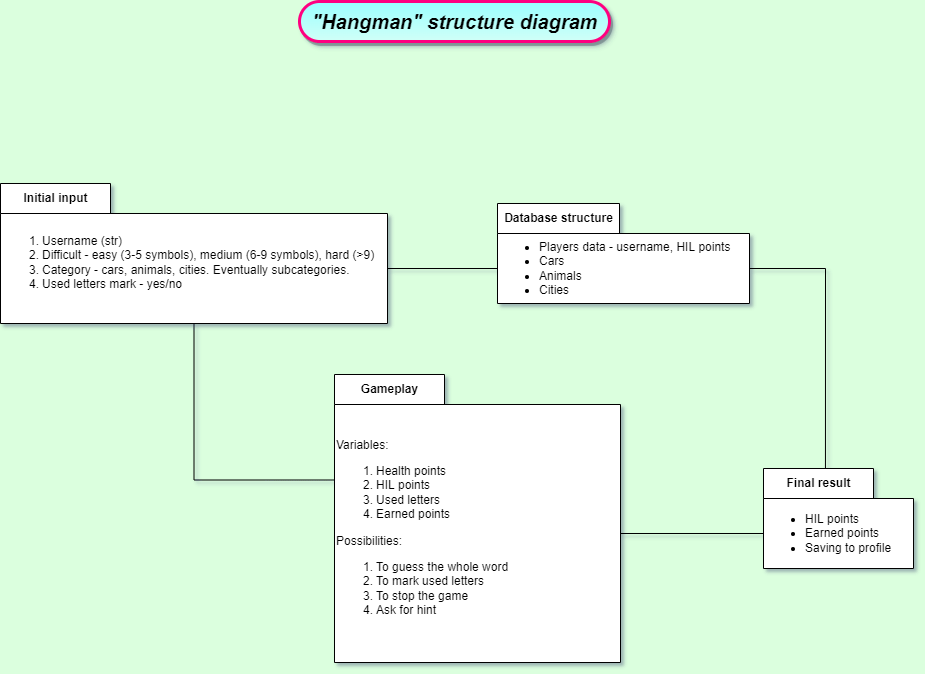
Above: hangman/images/hangman_structure_diagram.png in jordrag/Exercises (draw.io), before the change. Source tidied: cells renumbered, new cells last; positions are measured from the earlier drawing's top-left corner, leaving out a move shared by most shapes. Source of this version:
```xml
<mxGraphModel background="#DBFFDE" shadow="1">
  <root>
    <mxCell id="0" />
    <mxCell id="1" parent="0" />
    <mxCell id="2" style="edgeStyle=orthogonalEdgeStyle;rounded=0;jettySize=auto;html=1;exitX=0;exitY=0;exitDx=252;exitDy=65;exitPerimeter=0;entryX=0.413;entryY=0.01;entryDx=0;entryDy=0;entryPerimeter=0;startArrow=none;startFill=0;endArrow=none;endFill=0;" parent="1" edge="1" source="3" target="12">
      <mxGeometry relative="1" as="geometry" />
    </mxCell>
    <mxCell id="3" value="Database structure" style="shape=folder;fontStyle=1;tabWidth=122;tabHeight=30;tabPosition=left;html=1;boundedLbl=1;labelInHeader=1;" parent="1" vertex="1">
      <mxGeometry x="497" y="202" width="252" height="100" as="geometry" />
    </mxCell>
    <mxCell id="4" value="&lt;ul&gt;&lt;li&gt;Players data - username, HIL points&lt;/li&gt;&lt;li&gt;Cars&lt;/li&gt;&lt;li&gt;Animals&lt;/li&gt;&lt;li&gt;Cities&lt;/li&gt;&lt;/ul&gt;" style="html=1;strokeColor=none;fillColor=none;align=left;" parent="3" vertex="1">
      <mxGeometry width="252" height="70" relative="1" as="geometry">
        <mxPoint y="30" as="offset" />
      </mxGeometry>
    </mxCell>
    <mxCell id="5" style="edgeStyle=orthogonalEdgeStyle;rounded=0;jettySize=auto;html=1;exitX=0;exitY=0;exitDx=230;exitDy=85;exitPerimeter=0;entryX=0;entryY=0;entryDx=0;entryDy=65;entryPerimeter=0;endArrow=none;endFill=0;" parent="1" edge="1" source="7" target="3">
      <mxGeometry relative="1" as="geometry" />
    </mxCell>
    <mxCell id="6" style="edgeStyle=orthogonalEdgeStyle;rounded=0;jettySize=auto;html=1;exitX=0.5;exitY=1;exitDx=0;exitDy=0;exitPerimeter=0;entryX=0;entryY=0;entryDx=0;entryDy=105.5;entryPerimeter=0;startArrow=none;startFill=0;endArrow=none;endFill=0;" parent="1" edge="1" source="7" target="9">
      <mxGeometry relative="1" as="geometry" />
    </mxCell>
    <mxCell id="7" value="Initial input" style="shape=folder;fontStyle=1;tabWidth=110;tabHeight=30;tabPosition=left;html=1;boundedLbl=1;labelInHeader=1;" parent="1" vertex="1">
      <mxGeometry y="182" width="387" height="140" as="geometry" />
    </mxCell>
    <mxCell id="8" value="&lt;ol&gt;&lt;li&gt;Username (str)&lt;/li&gt;&lt;li&gt;Difficult - easy (3-5 symbols), medium (6-9 symbols), hard (&amp;gt;9)&lt;/li&gt;&lt;li&gt;Category - cars, animals, cities. Eventually subcategories.&lt;/li&gt;&lt;li&gt;Used letters mark - yes/no&lt;/li&gt;&lt;/ol&gt;" style="html=1;strokeColor=none;fillColor=none;align=left;" parent="7" vertex="1">
      <mxGeometry width="387" height="98" relative="1" as="geometry">
        <mxPoint y="30" as="offset" />
      </mxGeometry>
    </mxCell>
    <mxCell id="9" value="Gameplay" style="shape=folder;fontStyle=1;tabWidth=110;tabHeight=30;tabPosition=left;html=1;boundedLbl=1;labelInHeader=1;" parent="1" vertex="1">
      <mxGeometry x="334" y="373" width="286" height="288" as="geometry" />
    </mxCell>
    <mxCell id="10" value="&lt;div&gt;Variables:&lt;/div&gt;&lt;ol&gt;&lt;li&gt;Health points&lt;/li&gt;&lt;li&gt;HIL points&lt;/li&gt;&lt;li&gt;Used letters&lt;/li&gt;&lt;li&gt;Earned points&lt;/li&gt;&lt;/ol&gt;&lt;div&gt;Possibilities:&lt;/div&gt;&lt;div&gt;&lt;ol&gt;&lt;li&gt;To guess the whole word&lt;/li&gt;&lt;li&gt;To mark used letters&lt;/li&gt;&lt;li&gt;To stop the game&lt;/li&gt;&lt;li&gt;Ask for hint&lt;/li&gt;&lt;/ol&gt;&lt;/div&gt;" style="html=1;strokeColor=none;fillColor=none;align=left;" parent="9" vertex="1">
      <mxGeometry width="286" height="257" relative="1" as="geometry">
        <mxPoint y="30" as="offset" />
      </mxGeometry>
    </mxCell>
    <mxCell id="11" style="edgeStyle=orthogonalEdgeStyle;rounded=0;jettySize=auto;html=1;exitX=0;exitY=0;exitDx=0;exitDy=65;exitPerimeter=0;startArrow=none;startFill=0;endArrow=none;endFill=0;entryX=0;entryY=0;entryDx=286;entryDy=159;entryPerimeter=0;" parent="1" edge="1" source="12" target="9">
      <mxGeometry relative="1" as="geometry" />
    </mxCell>
    <mxCell id="12" value="Final result" style="shape=folder;fontStyle=1;tabWidth=110;tabHeight=30;tabPosition=left;html=1;boundedLbl=1;labelInHeader=1;" parent="1" vertex="1">
      <mxGeometry x="763" y="467" width="150" height="100" as="geometry" />
    </mxCell>
    <mxCell id="13" value="&lt;ul&gt;&lt;li&gt;HIL points&lt;/li&gt;&lt;li&gt;&lt;span style=&quot;background-color: initial;&quot;&gt;Earned points&lt;/span&gt;&lt;br&gt;&lt;/li&gt;&lt;li&gt;&lt;span style=&quot;background-color: initial;&quot;&gt;Saving to profile&lt;/span&gt;&lt;/li&gt;&lt;/ul&gt;" style="html=1;strokeColor=none;fillColor=none;align=left;" parent="12" vertex="1">
      <mxGeometry width="150" height="70" relative="1" as="geometry">
        <mxPoint y="30" as="offset" />
      </mxGeometry>
    </mxCell>
    <mxCell id="14" value="&lt;font style=&quot;font-size: 20px;&quot;&gt;&lt;b&gt;&lt;i&gt;&quot;Hangman&quot; structure diagram&lt;/i&gt;&lt;/b&gt;&lt;/font&gt;" style="text;html=1;align=center;verticalAlign=middle;fillColor=#99FFFF;strokeColor=#FF0080;rounded=1;strokeWidth=3;gradientColor=#D1FFF7;shadow=1;glass=0;sketch=0;perimeterSpacing=10;arcSize=50;" parent="1" vertex="1">
      <mxGeometry x="299" width="310" height="40" as="geometry" />
    </mxCell>
  </root>
</mxGraphModel>
```
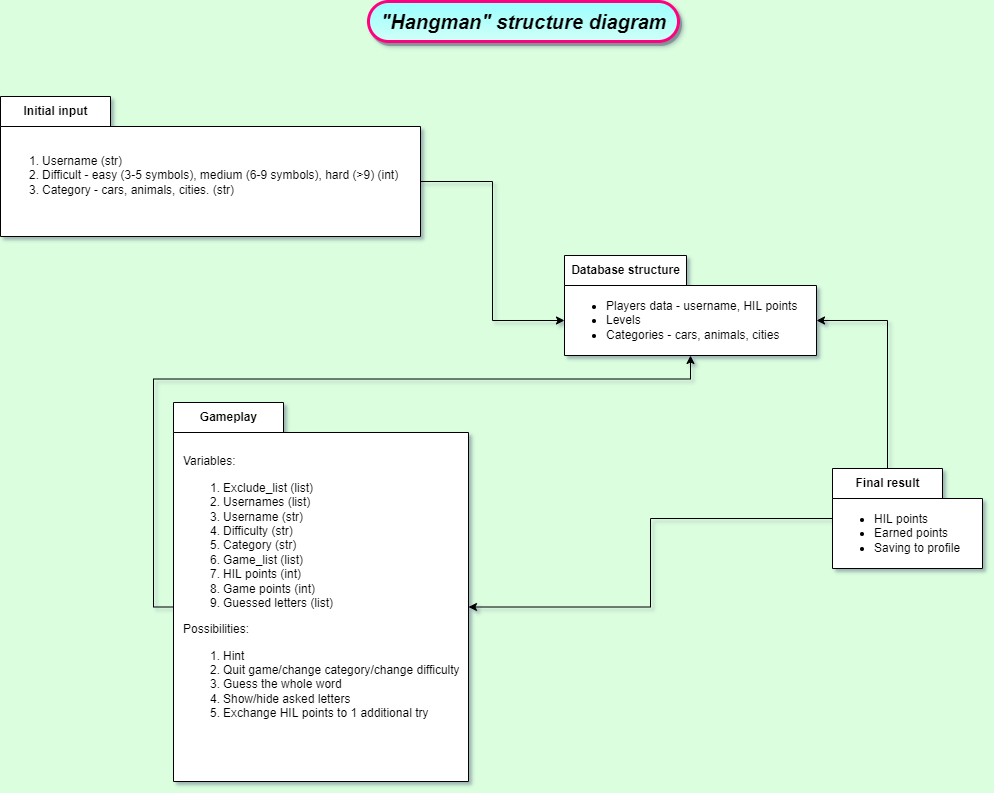
After the change.

What changed in the source:
```diff
@@ -2,42 +2,42 @@
   <root>
     <mxCell id="0" />
     <mxCell id="1" parent="0" />
-    <mxCell id="2" style="edgeStyle=orthogonalEdgeStyle;rounded=0;jettySize=auto;html=1;exitX=0;exitY=0;exitDx=252;exitDy=65;exitPerimeter=0;entryX=0.413;entryY=0.01;entryDx=0;entryDy=0;entryPerimeter=0;startArrow=none;startFill=0;endArrow=none;endFill=0;" parent="1" edge="1" source="3" target="12">
-      <mxGeometry relative="1" as="geometry" />
-    </mxCell>
     <mxCell id="3" value="Database structure" style="shape=folder;fontStyle=1;tabWidth=122;tabHeight=30;tabPosition=left;html=1;boundedLbl=1;labelInHeader=1;" parent="1" vertex="1">
-      <mxGeometry x="497" y="202" width="252" height="100" as="geometry" />
+      <mxGeometry x="495" y="254" width="252" height="100" as="geometry" />
     </mxCell>
-    <mxCell id="4" value="&lt;ul&gt;&lt;li&gt;Players data - username, HIL points&lt;/li&gt;&lt;li&gt;Cars&lt;/li&gt;&lt;li&gt;Animals&lt;/li&gt;&lt;li&gt;Cities&lt;/li&gt;&lt;/ul&gt;" style="html=1;strokeColor=none;fillColor=none;align=left;" parent="3" vertex="1">
+    <mxCell id="4" value="&lt;ul&gt;&lt;li&gt;Players data - username, HIL points&lt;/li&gt;&lt;li&gt;Levels&lt;/li&gt;&lt;li&gt;Categories - cars, animals, cities&lt;/li&gt;&lt;/ul&gt;" style="html=1;strokeColor=none;fillColor=none;align=left;" parent="3" vertex="1">
       <mxGeometry width="252" height="70" relative="1" as="geometry">
         <mxPoint y="30" as="offset" />
       </mxGeometry>
     </mxCell>
-    <mxCell id="5" style="edgeStyle=orthogonalEdgeStyle;rounded=0;jettySize=auto;html=1;exitX=0;exitY=0;exitDx=230;exitDy=85;exitPerimeter=0;entryX=0;entryY=0;entryDx=0;entryDy=65;entryPerimeter=0;endArrow=none;endFill=0;" parent="1" edge="1" source="7" target="3">
+    <mxCell id="5" style="edgeStyle=orthogonalEdgeStyle;rounded=0;jettySize=auto;html=1;exitX=0;exitY=0;exitDx=420;exitDy=85;exitPerimeter=0;entryX=0;entryY=0;entryDx=0;entryDy=65;entryPerimeter=0;" parent="1" edge="1" source="7" target="3">
       <mxGeometry relative="1" as="geometry" />
     </mxCell>
-    <mxCell id="6" style="edgeStyle=orthogonalEdgeStyle;rounded=0;jettySize=auto;html=1;exitX=0.5;exitY=1;exitDx=0;exitDy=0;exitPerimeter=0;entryX=0;entryY=0;entryDx=0;entryDy=105.5;entryPerimeter=0;startArrow=none;startFill=0;endArrow=none;endFill=0;" parent="1" edge="1" source="7" target="9">
-      <mxGeometry relative="1" as="geometry" />
-    </mxCell>
     <mxCell id="7" value="Initial input" style="shape=folder;fontStyle=1;tabWidth=110;tabHeight=30;tabPosition=left;html=1;boundedLbl=1;labelInHeader=1;" parent="1" vertex="1">
-      <mxGeometry y="182" width="387" height="140" as="geometry" />
+      <mxGeometry x="-69" y="95" width="420" height="140" as="geometry" />
     </mxCell>
-    <mxCell id="8" value="&lt;ol&gt;&lt;li&gt;Username (str)&lt;/li&gt;&lt;li&gt;Difficult - easy (3-5 symbols), medium (6-9 symbols), hard (&amp;gt;9)&lt;/li&gt;&lt;li&gt;Category - cars, animals, cities. Eventually subcategories.&lt;/li&gt;&lt;li&gt;Used letters mark - yes/no&lt;/li&gt;&lt;/ol&gt;" style="html=1;strokeColor=none;fillColor=none;align=left;" parent="7" vertex="1">
-      <mxGeometry width="387" height="98" relative="1" as="geometry">
+    <mxCell id="8" value="&lt;ol&gt;&lt;li&gt;Username (str)&lt;/li&gt;&lt;li&gt;Difficult - easy (3-5 symbols), medium (6-9 symbols), hard (&amp;gt;9) (int)&lt;/li&gt;&lt;li&gt;Category - cars, animals, cities. (str)&lt;/li&gt;&lt;/ol&gt;" style="html=1;strokeColor=none;fillColor=none;align=left;" parent="7" vertex="1">
+      <mxGeometry width="420" height="98" relative="1" as="geometry">
         <mxPoint y="30" as="offset" />
       </mxGeometry>
     </mxCell>
+    <mxCell id="11" style="edgeStyle=orthogonalEdgeStyle;rounded=0;jettySize=auto;html=1;entryX=0;entryY=0;entryDx=295;entryDy=204.5;entryPerimeter=0;" parent="1" edge="1" source="12" target="9">
+      <mxGeometry relative="1" as="geometry" />
+    </mxCell>
+    <mxCell id="15" style="edgeStyle=orthogonalEdgeStyle;rounded=0;jettySize=auto;html=1;exitX=0;exitY=0;exitDx=0;exitDy=204.5;exitPerimeter=0;entryX=0.5;entryY=1;entryDx=0;entryDy=0;entryPerimeter=0;" parent="1" edge="1" source="9" target="3">
+      <mxGeometry relative="1" as="geometry" />
+    </mxCell>
     <mxCell id="9" value="Gameplay" style="shape=folder;fontStyle=1;tabWidth=110;tabHeight=30;tabPosition=left;html=1;boundedLbl=1;labelInHeader=1;" parent="1" vertex="1">
-      <mxGeometry x="334" y="373" width="286" height="288" as="geometry" />
+      <mxGeometry x="104" y="401" width="295" height="379" as="geometry" />
     </mxCell>
-    <mxCell id="10" value="&lt;div&gt;Variables:&lt;/div&gt;&lt;ol&gt;&lt;li&gt;Health points&lt;/li&gt;&lt;li&gt;HIL points&lt;/li&gt;&lt;li&gt;Used letters&lt;/li&gt;&lt;li&gt;Earned points&lt;/li&gt;&lt;/ol&gt;&lt;div&gt;Possibilities:&lt;/div&gt;&lt;div&gt;&lt;ol&gt;&lt;li&gt;To guess the whole word&lt;/li&gt;&lt;li&gt;To mark used letters&lt;/li&gt;&lt;li&gt;To stop the game&lt;/li&gt;&lt;li&gt;Ask for hint&lt;/li&gt;&lt;/ol&gt;&lt;/div&gt;" style="html=1;strokeColor=none;fillColor=none;align=left;" parent="9" vertex="1">
-      <mxGeometry width="286" height="257" relative="1" as="geometry">
-        <mxPoint y="30" as="offset" />
+    <mxCell id="10" value="&lt;div&gt;Variables:&lt;/div&gt;&lt;ol&gt;&lt;li&gt;Exclude_list (list)&lt;/li&gt;&lt;li&gt;Usernames (list)&lt;/li&gt;&lt;li&gt;Username (str)&lt;/li&gt;&lt;li&gt;Difficulty (str)&lt;/li&gt;&lt;li&gt;Category (str)&lt;/li&gt;&lt;li&gt;Game_list (list)&lt;/li&gt;&lt;li&gt;HIL points (int)&lt;/li&gt;&lt;li&gt;Game points (int)&lt;/li&gt;&lt;li&gt;Guessed letters (list)&lt;/li&gt;&lt;/ol&gt;&lt;div&gt;Possibilities:&lt;/div&gt;&lt;div&gt;&lt;ol&gt;&lt;li&gt;Hint&lt;/li&gt;&lt;li&gt;Quit game/change category/change difficulty&lt;/li&gt;&lt;li&gt;Guess the whole word&lt;/li&gt;&lt;li&gt;Show/hide asked letters&lt;/li&gt;&lt;li&gt;Exchange HIL points to 1 additional try&lt;/li&gt;&lt;/ol&gt;&lt;/div&gt;" style="html=1;strokeColor=none;fillColor=none;align=left;" parent="9" vertex="1">
+      <mxGeometry width="284.69" height="223" relative="1" as="geometry">
+        <mxPoint x="8" y="79" as="offset" />
       </mxGeometry>
     </mxCell>
-    <mxCell id="11" style="edgeStyle=orthogonalEdgeStyle;rounded=0;jettySize=auto;html=1;exitX=0;exitY=0;exitDx=0;exitDy=65;exitPerimeter=0;startArrow=none;startFill=0;endArrow=none;endFill=0;entryX=0;entryY=0;entryDx=286;entryDy=159;entryPerimeter=0;" parent="1" edge="1" source="12" target="9">
-      <mxGeometry relative="1" as="geometry" />
-    </mxCell>
+    <mxCell id="16" style="edgeStyle=orthogonalEdgeStyle;rounded=0;jettySize=auto;html=1;exitX=0;exitY=0;exitDx=55;exitDy=0;exitPerimeter=0;entryX=0;entryY=0;entryDx=252;entryDy=65;entryPerimeter=0;" parent="1" edge="1" source="12" target="3">
+      <mxGeometry relative="1" as="geometry" />
+    </mxCell>
     <mxCell id="12" value="Final result" style="shape=folder;fontStyle=1;tabWidth=110;tabHeight=30;tabPosition=left;html=1;boundedLbl=1;labelInHeader=1;" parent="1" vertex="1">
       <mxGeometry x="763" y="467" width="150" height="100" as="geometry" />
     </mxCell>
```
